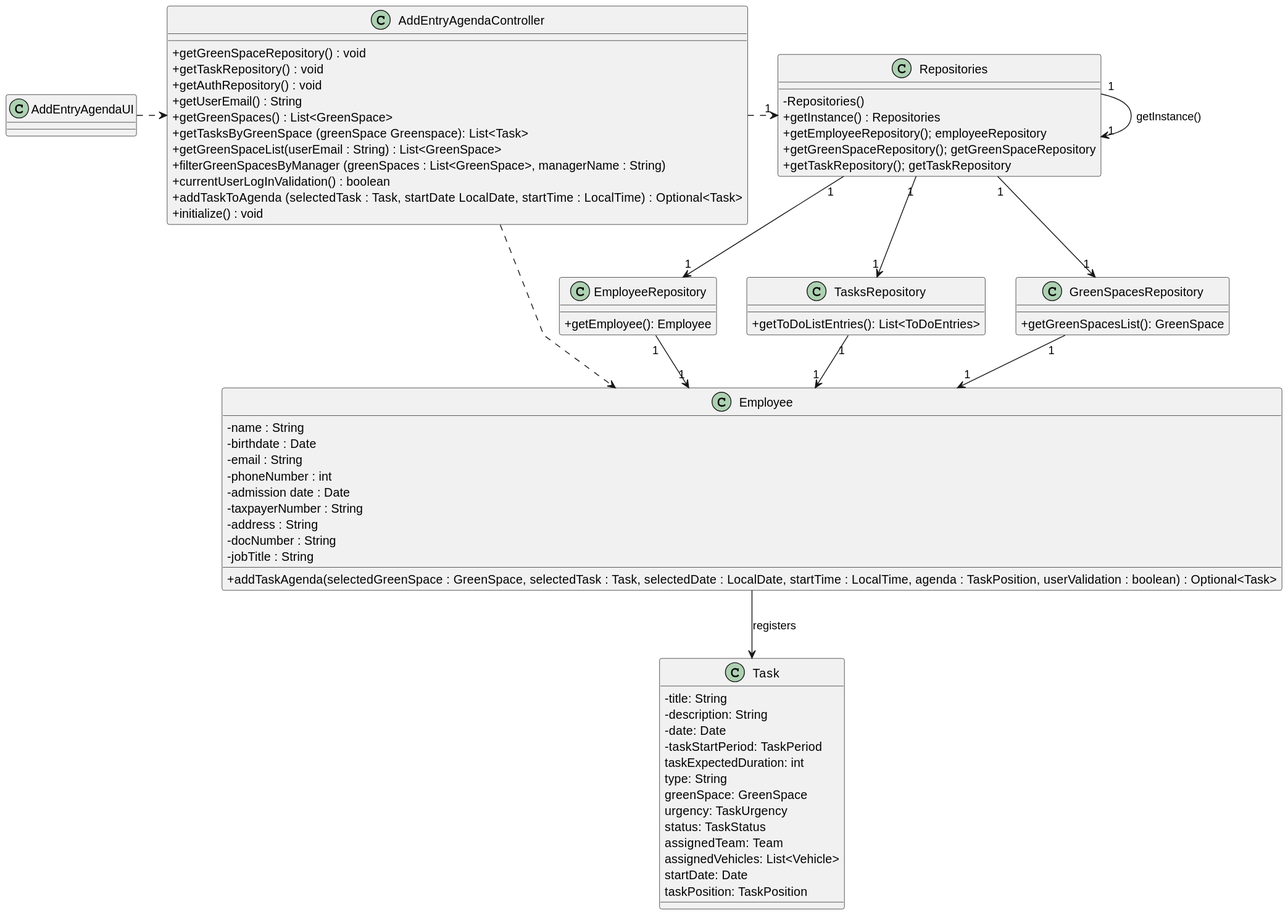
LopemigueISEP/lei-24-s2-1nb-g312 keeps this PlantUML diagram as docs/sprintC/US022/03.design/svg/us22-class-diagram.svg. Above is the earlier version.
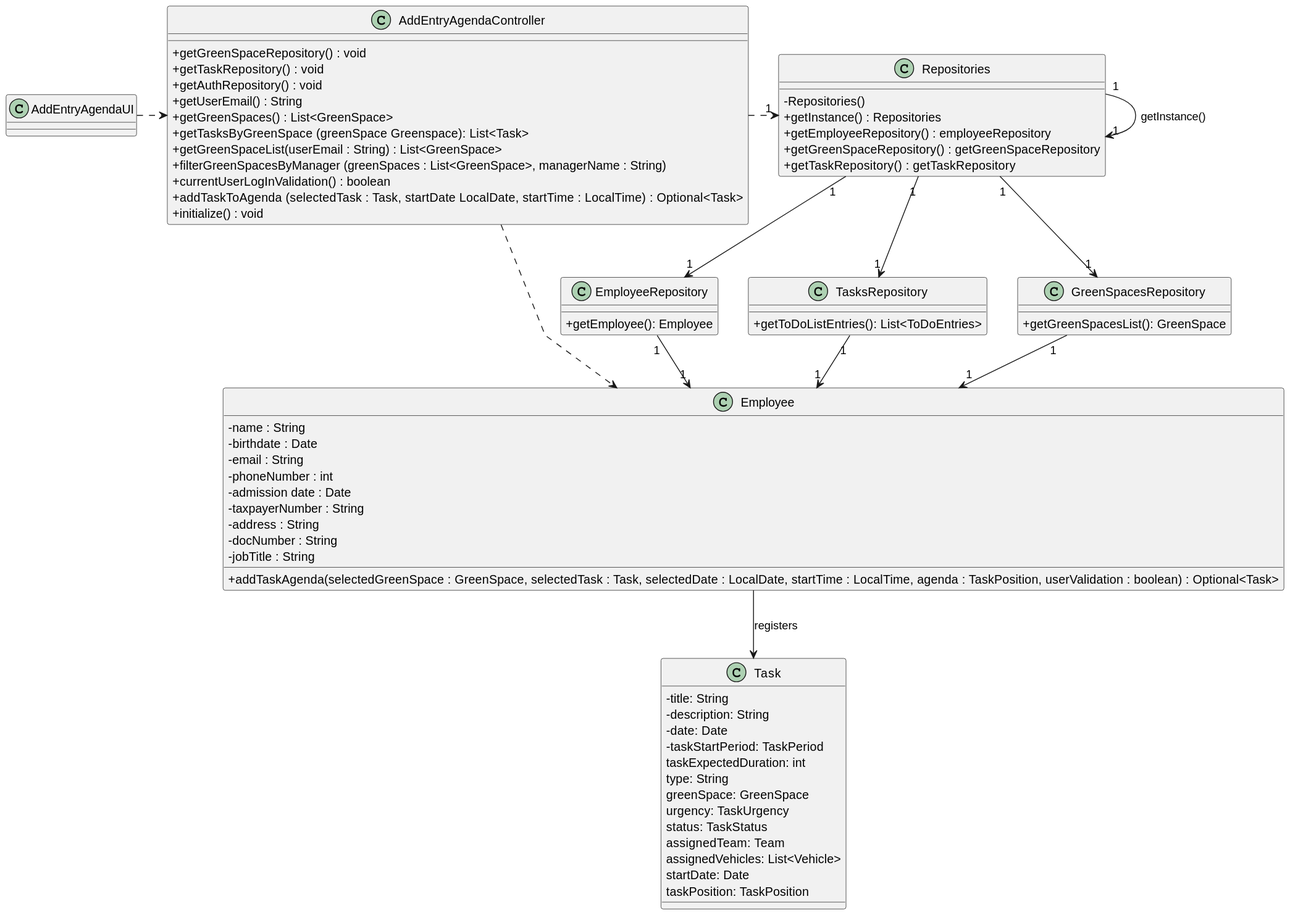
After the change.

What changed in the source:
```diff
@@ -61,9 +61,9 @@
 class Repositories {
     - Repositories()
     + getInstance() : Repositories
-    + getEmployeeRepository(); employeeRepository
-     + getGreenSpaceRepository(); getGreenSpaceRepository
-     + getTaskRepository(); getTaskRepository
+    + getEmployeeRepository() : employeeRepository
+     + getGreenSpaceRepository() : getGreenSpaceRepository
+     + getTaskRepository() : getTaskRepository
 
 }
 class EmployeeRepository{
```
